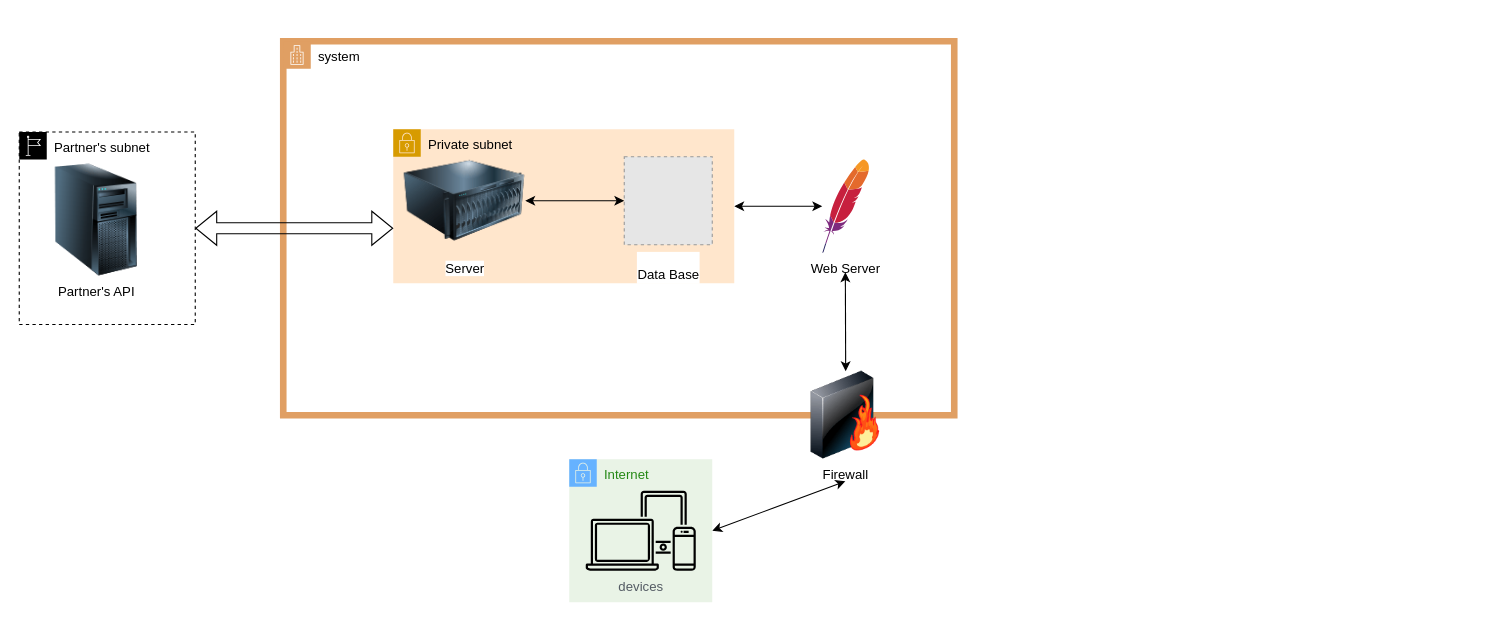
Earlier version of the draw.io diagram Диаграмма без названия.drawio (Myfasa/tablitsa-iqos). Source tidied: cells renumbered, new cells numbered last; positions are measured from the earlier drawing's top-left corner, leaving out a move shared by most shapes. Both pictures are drawn from the tidied source at 110%, with x=0, y=0 at pixel (19, 41). Pictures stored in the file or linked from it are replaced by grey dashed boxes.
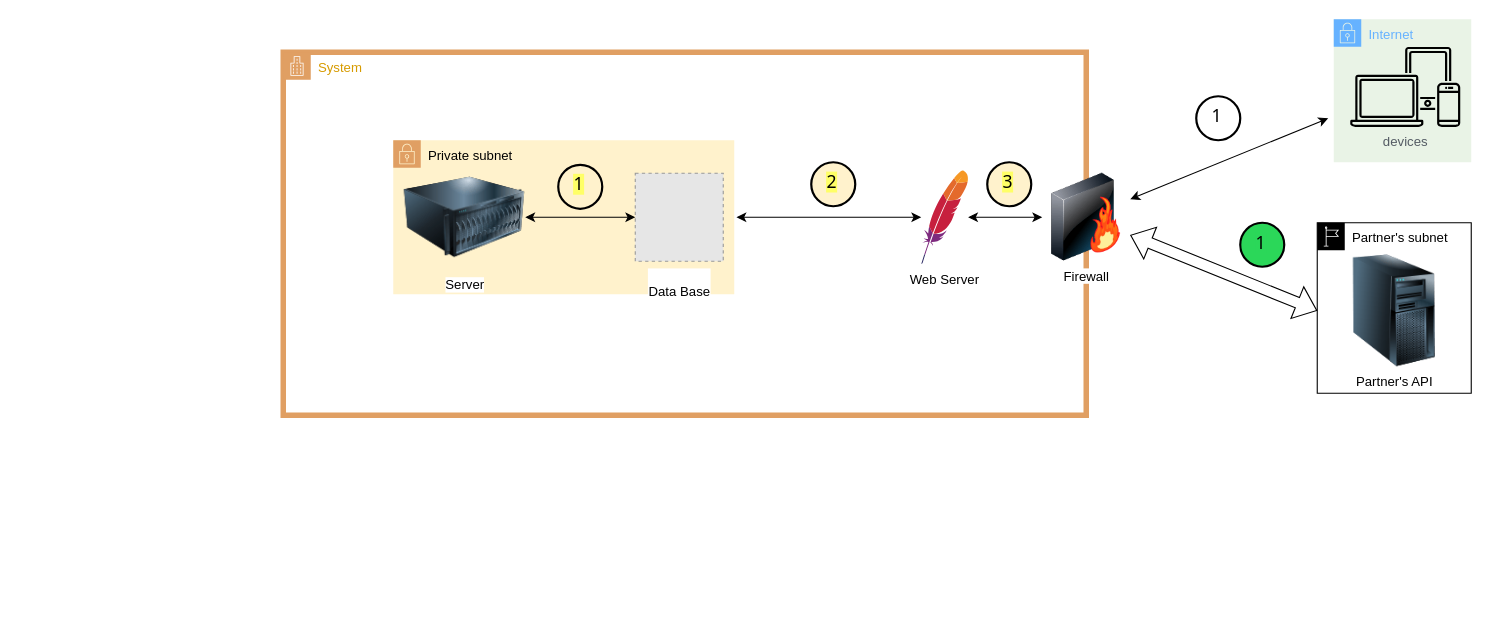
After the change.

The change refers to these unchanged cells:
```xml
<mxCell id="3" value="Partner's API&lt;br&gt;" style="image;html=1;image=img/lib/clip_art/computers/Server_Tower_128x128.png;fillColor=#000000;gradientColor=none;" parent="2" vertex="1">
  <mxGeometry y="29" width="140" height="102" as="geometry" />
</mxCell>
```

The edit, as a diff of the source:
```diff
@@
-    <mxCell id="2" value="Partner's subnet" style="points=[[0,0],[0.25,0],[0.5,0],[0.75,0],[1,0],[1,0.25],[1,0.5],[1,0.75],[1,1],[0.75,1],[0.5,1],[0.25,1],[0,1],[0,0.75],[0,0.5],[0,0.25]];outlineConnect=0;html=1;whiteSpace=wrap;fontSize=12;fontStyle=0;shape=mxgraph.aws4.group;grIcon=mxgraph.aws4.group_region;verticalAlign=top;align=left;spacingLeft=30;dashed=1;" parent="1" vertex="1">
-      <mxGeometry y="82.5" width="160" height="175" as="geometry" />
+    <mxCell id="2" value="Partner's subnet" style="points=[[0,0],[0.25,0],[0.5,0],[0.75,0],[1,0],[1,0.25],[1,0.5],[1,0.75],[1,1],[0.75,1],[0.5,1],[0.25,1],[0,1],[0,0.75],[0,0.5],[0,0.25]];outlineConnect=0;html=1;whiteSpace=wrap;fontSize=12;fontStyle=0;shape=mxgraph.aws4.group;grIcon=mxgraph.aws4.group_region;verticalAlign=top;align=left;spacingLeft=30;" parent="1" vertex="1">
+      <mxGeometry x="1180" y="165" width="140" height="155" as="geometry" />
     </mxCell>
@@
-    <mxCell id="4" value="system&lt;br&gt;" style="html=1;whiteSpace=wrap;fontSize=12;fontStyle=0;shape=mxgraph.aws4.group;grIcon=mxgraph.aws4.group_corporate_data_center;verticalAlign=top;align=left;spacingLeft=30;dashed=0;strokeWidth=6;strokeColor=#E09F63;" parent="1" vertex="1">
-      <mxGeometry x="240" width="610" height="340" as="geometry" />
+    <mxCell id="4" value="&lt;font color=&quot;#d79b00&quot;&gt;System&lt;/font&gt;" style="html=1;whiteSpace=wrap;fontSize=12;fontStyle=0;shape=mxgraph.aws4.group;grIcon=mxgraph.aws4.group_corporate_data_center;verticalAlign=top;align=left;spacingLeft=30;strokeWidth=5;strokeColor=#E09F63;" parent="1" vertex="1">
+      <mxGeometry x="240" y="10" width="730" height="330" as="geometry" />
     </mxCell>
     <mxCell id="5" value="Web Server" style="dashed=0;outlineConnect=0;html=1;align=center;labelPosition=center;verticalLabelPosition=bottom;verticalAlign=top;shape=mxgraph.weblogos.apache;fillColor=#000000;gradientColor=none;" parent="4" vertex="1">
-      <mxGeometry x="490" y="107.4" width="42.6" height="85.2" as="geometry" />
+      <mxGeometry x="580" y="107.4" width="42.6" height="85.2" as="geometry" />
     </mxCell>
@@
-    <mxCell id="7" value="Firewall&lt;br&gt;" style="image;html=1;image=img/lib/clip_art/networking/Firewall-page1_128x128.png;fillColor=#000000;gradientColor=none;" parent="4" vertex="1">
-      <mxGeometry x="471.3" y="300" width="80" height="80" as="geometry" />
-    </mxCell>
-    <mxCell id="8" style="endArrow=classic;startArrow=classic;html=1;rounded=0;exitX=0.5;exitY=0;exitDx=0;exitDy=0;" parent="4" edge="1" source="7">
-      <mxGeometry relative="1" as="geometry">
-        <mxPoint x="511" y="210" as="targetPoint" />
-      </mxGeometry>
-    </mxCell>
-    <mxCell id="9" value="Private subnet" style="points=[[0,0],[0.25,0],[0.5,0],[0.75,0],[1,0],[1,0.25],[1,0.5],[1,0.75],[1,1],[0.75,1],[0.5,1],[0.25,1],[0,1],[0,0.75],[0,0.5],[0,0.25]];outlineConnect=0;html=1;whiteSpace=wrap;fontSize=12;fontStyle=0;shape=mxgraph.aws4.group;grIcon=mxgraph.aws4.group_security_group;grStroke=0;verticalAlign=top;align=left;spacingLeft=30;dashed=1;fillColor=#ffe6cc;strokeColor=#D79B00;strokeWidth=7;" parent="4" vertex="1">
+    <mxCell id="9" value="Private subnet" style="points=[[0,0],[0.25,0],[0.5,0],[0.75,0],[1,0],[1,0.25],[1,0.5],[1,0.75],[1,1],[0.75,1],[0.5,1],[0.25,1],[0,1],[0,0.75],[0,0.5],[0,0.25]];outlineConnect=0;html=1;whiteSpace=wrap;fontSize=12;fontStyle=0;shape=mxgraph.aws4.group;grIcon=mxgraph.aws4.group_security_group;grStroke=0;verticalAlign=top;align=left;spacingLeft=30;strokeWidth=6;perimeterSpacing=2;strokeColor=#E09F63;sketch=0;shadow=0;fillColor=#FFF2CC;" parent="4" vertex="1">
       <mxGeometry x="100" y="80" width="310" height="140" as="geometry" />
     </mxCell>
     <mxCell id="10" value="Server" style="image;html=1;image=img/lib/clip_art/computers/Server_128x128.png;fillColor=#000000;gradientColor=none;" parent="9" vertex="1">
-      <mxGeometry x="10" y="17.3" width="110" height="95.4" as="geometry" />
+      <mxGeometry x="10" y="22.3" width="110" height="95.4" as="geometry" />
     </mxCell>
     <mxCell id="11" value="&lt;br&gt;Data Base" style="fillColor=#E6E6E6;strokeColor=#999999;dashed=1;html=1;verticalAlign=top;verticalLabelPosition=bottom;labelBackgroundColor=#ffffff;" parent="9" vertex="1">
-      <mxGeometry x="210" y="25" width="80" height="80" as="geometry" />
+      <mxGeometry x="220" y="30" width="80" height="80" as="geometry" />
     </mxCell>
@@
-    <mxCell id="13" style="shape=flexArrow;endArrow=classic;startArrow=classic;html=1;rounded=0;exitX=1;exitY=0.5;exitDx=0;exitDy=0;" parent="4" edge="1" source="2">
-      <mxGeometry relative="1" as="geometry">
-        <mxPoint x="100" y="170" as="targetPoint" />
-      </mxGeometry>
-    </mxCell>
-    <mxCell id="14" style="endArrow=classic;startArrow=classic;html=1;rounded=0;exitX=1;exitY=0.5;exitDx=0;exitDy=0;" parent="1" edge="1" source="15">
-      <mxGeometry relative="1" as="geometry">
-        <mxPoint x="751" y="400" as="targetPoint" />
-      </mxGeometry>
-    </mxCell>
+    <mxCell id="17" value="1" style="ellipse;whiteSpace=wrap;html=1;strokeWidth=2;fontFamily=Tahoma;spacingBottom=4;spacingRight=2;strokeColor=#000000;shadow=0;labelBackgroundColor=#FFFF66;sketch=0;fontSize=16;fillColor=#FFF2CC;gradientColor=none;" parent="9" vertex="1">
+      <mxGeometry x="150" y="22.3" width="40" height="40" as="geometry" />
+    </mxCell>
+    <mxCell id="18" value="2" style="ellipse;whiteSpace=wrap;html=1;strokeWidth=2;fontFamily=Tahoma;spacingBottom=4;spacingRight=2;strokeColor=#000000;shadow=0;labelBackgroundColor=#FFFF66;sketch=0;fontSize=16;fillColor=#FFF2CC;gradientColor=none;" parent="4" vertex="1">
+      <mxGeometry x="480" y="100" width="40" height="40" as="geometry" />
+    </mxCell>
+    <mxCell id="19" value="3" style="ellipse;whiteSpace=wrap;html=1;strokeWidth=2;fontFamily=Tahoma;spacingBottom=4;spacingRight=2;strokeColor=#000000;shadow=0;labelBackgroundColor=#FFFF66;sketch=0;fontSize=16;fillColor=#FFF2CC;gradientColor=none;" parent="4" vertex="1">
+      <mxGeometry x="640" y="100" width="40" height="40" as="geometry" />
+    </mxCell>
-    <mxCell id="15" value="Internet" style="points=[[0,0],[0.25,0],[0.5,0],[0.75,0],[1,0],[1,0.25],[1,0.5],[1,0.75],[1,1],[0.75,1],[0.5,1],[0.25,1],[0,1],[0,0.75],[0,0.5],[0,0.25]];outlineConnect=0;gradientColor=none;html=1;whiteSpace=wrap;fontSize=12;fontStyle=0;shape=mxgraph.aws4.group;grIcon=mxgraph.aws4.group_security_group;grStroke=0;strokeColor=#66B2FF;fillColor=#E9F3E6;verticalAlign=top;align=left;spacingLeft=30;fontColor=#248814;dashed=0;" parent="1" vertex="1">
-      <mxGeometry x="500" y="380" width="130" height="130" as="geometry" />
+    <mxCell id="15" value="&lt;font color=&quot;#66b2ff&quot;&gt;Internet&lt;/font&gt;" style="points=[[0,0],[0.25,0],[0.5,0],[0.75,0],[1,0],[1,0.25],[1,0.5],[1,0.75],[1,1],[0.75,1],[0.5,1],[0.25,1],[0,1],[0,0.75],[0,0.5],[0,0.25]];outlineConnect=0;gradientColor=none;html=1;whiteSpace=wrap;fontSize=12;fontStyle=0;shape=mxgraph.aws4.group;grIcon=mxgraph.aws4.group_security_group;grStroke=0;strokeColor=#66B2FF;fillColor=#E9F3E6;verticalAlign=top;align=left;spacingLeft=30;fontColor=#248814;dashed=0;" parent="1" vertex="1">
+      <mxGeometry x="1195" y="-20" width="125" height="130" as="geometry" />
     </mxCell>
     <mxCell id="16" value="devices" style="sketch=0;gradientColor=none;fontColor=#545B64;strokeColor=none;fillColor=#000000;dashed=0;verticalLabelPosition=bottom;verticalAlign=top;align=center;html=1;fontSize=12;fontStyle=0;shape=mxgraph.aws4.illustration_devices;" parent="15" vertex="1">
-      <mxGeometry x="15" y="28.5" width="100" height="73" as="geometry" />
+      <mxGeometry x="15" y="25" width="100" height="73" as="geometry" />
     </mxCell>
+    <mxCell id="20" value="1" style="ellipse;whiteSpace=wrap;html=1;strokeWidth=2;fontFamily=Tahoma;spacingBottom=4;spacingRight=2;shadow=0;labelBackgroundColor=#FFFFFF;sketch=0;fontSize=16;" parent="1" vertex="1">
+      <mxGeometry x="1070" y="50" width="40" height="40" as="geometry" />
+    </mxCell>
+    <mxCell id="21" value="1" style="ellipse;whiteSpace=wrap;html=1;strokeWidth=2;fontFamily=Tahoma;spacingBottom=4;spacingRight=2;shadow=0;labelBackgroundColor=#2BD759;sketch=0;fontSize=16;fontColor=#000000;strokeColor=#000000;fillColor=#2BD759;" parent="1" vertex="1">
+      <mxGeometry x="1110" y="165" width="40" height="40" as="geometry" />
+    </mxCell>
+    <mxCell id="7" value="Firewall&lt;br&gt;" style="image;html=1;image=img/lib/clip_art/networking/Firewall-page1_128x128.png;fillColor=#000000;gradientColor=none;" parent="1" vertex="1">
+      <mxGeometry x="930" y="120" width="80" height="80" as="geometry" />
+    </mxCell>
+    <mxCell id="13" style="shape=flexArrow;endArrow=classic;startArrow=classic;html=1;rounded=0;exitX=0;exitY=0.5;exitDx=0;exitDy=0;" parent="1" edge="1" source="3" target="7">
+      <mxGeometry relative="1" as="geometry" />
+    </mxCell>
+    <mxCell id="22" style="endArrow=classic;startArrow=classic;html=1;rounded=0;fontSize=16;fontColor=#66B2FF;" parent="1" edge="1" source="7">
+      <mxGeometry relative="1" as="geometry">
+        <mxPoint x="1190" y="70" as="targetPoint" />
+      </mxGeometry>
+    </mxCell>
+    <mxCell id="23" style="endArrow=classic;startArrow=classic;html=1;rounded=0;fontSize=16;fontColor=#66B2FF;" parent="1" edge="1" source="5" target="7">
+      <mxGeometry relative="1" as="geometry" />
+    </mxCell>
```
